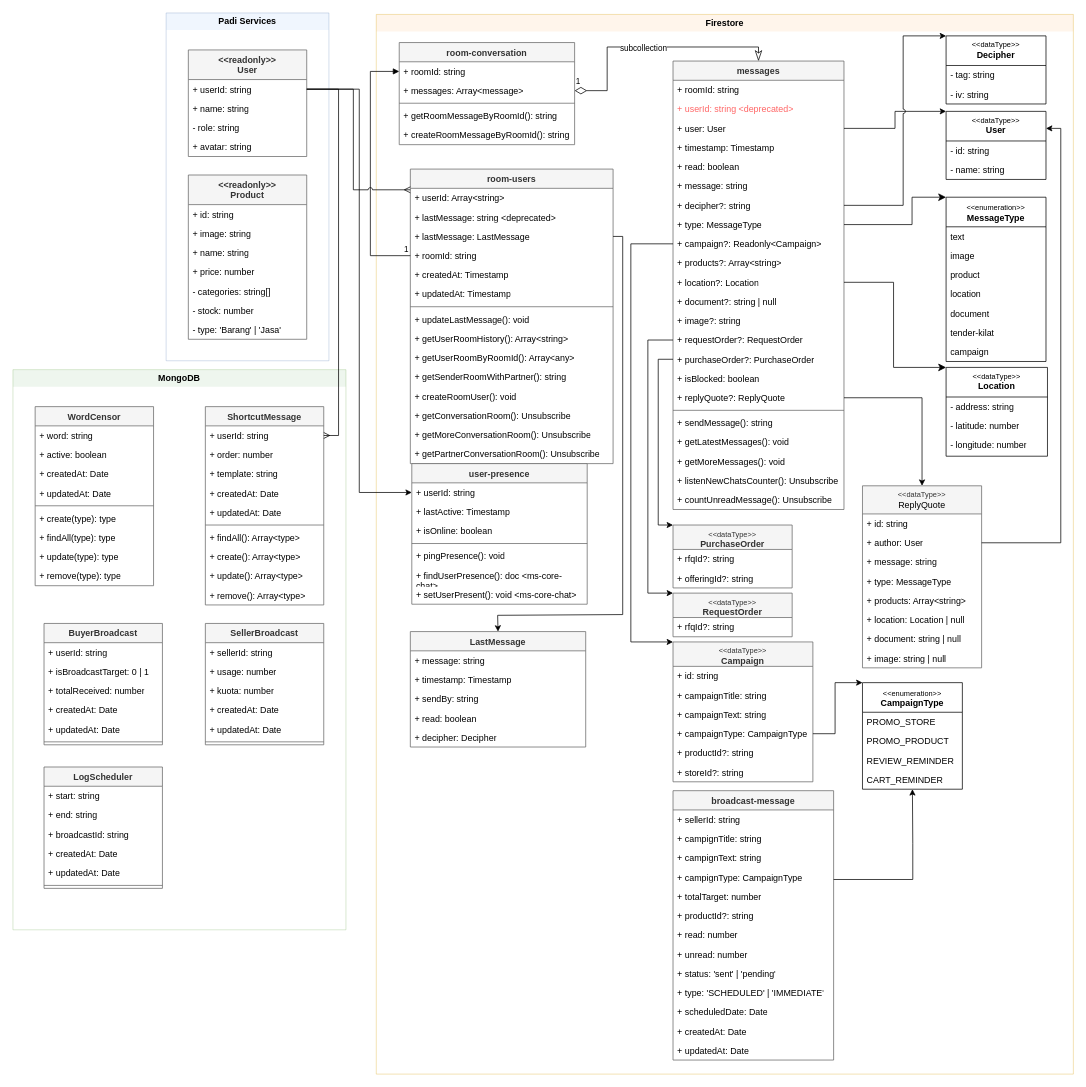
The draw.io diagram page "Class Diagram" (3 of 8) of System Design Padi Chat.drawio in yogiprsetya/app.diagrams.net, before the edit. Source tidied: cells renumbered, new cells numbered last; positions are measured from the earlier drawing's top-left corner, leaving out a move shared by most shapes. Both pictures are drawn from the tidied source at 74%, with x=0, y=0 at pixel (13, 13).
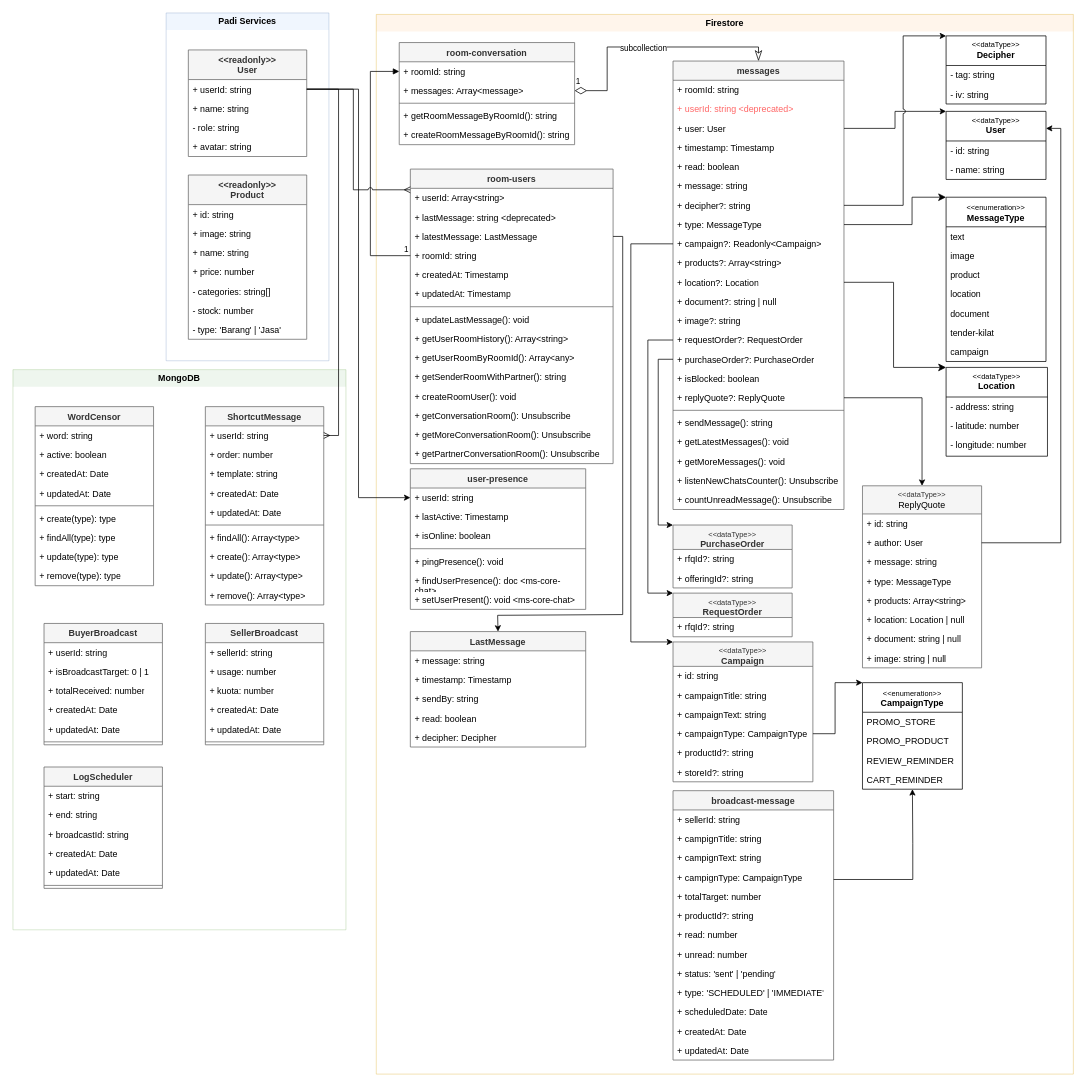
After the change.

The change refers to these unchanged cells:
```xml
<mxCell id="2" value="Firestore" style="swimlane;whiteSpace=wrap;html=1;fillColor=#ffe6cc;strokeColor=#d79b00;swimlaneLine=0;opacity=40;" parent="1" vertex="1">
  <mxGeometry x="491" y="2" width="942" height="1432" as="geometry" />
</mxCell>
<mxCell id="15" value="room-users" style="swimlane;fontStyle=1;align=center;verticalAlign=top;horizontal=1;startSize=26;whiteSpace=wrap;html=1;fillColor=#f5f5f5;fontColor=#333333;strokeColor=#666666;" parent="2" vertex="1">
  <mxGeometry x="46" y="209" width="274" height="398" as="geometry" />
</mxCell>
```

Change to the diagram source:
```diff
@@
-    <mxCell id="18" value="+ &lt;span class=&quot;database-key&quot;&gt;lastMessage&lt;/span&gt;:&amp;nbsp;&lt;span class=&quot;database-key&quot;&gt;LastMessage&lt;/span&gt;" style="text;strokeColor=none;fillColor=none;align=left;verticalAlign=top;spacingLeft=4;spacingRight=4;overflow=hidden;points=[[0,0.5],[1,0.5]];portConstraint=eastwest;whiteSpace=wrap;html=1;" parent="15" vertex="1">
+    <mxCell id="18" value="+ &lt;span class=&quot;database-key&quot;&gt;latestMessage&lt;/span&gt;:&amp;nbsp;&lt;span class=&quot;database-key&quot;&gt;LastMessage&lt;/span&gt;" style="text;strokeColor=none;fillColor=none;align=left;verticalAlign=top;spacingLeft=4;spacingRight=4;overflow=hidden;points=[[0,0.5],[1,0.5]];portConstraint=eastwest;whiteSpace=wrap;html=1;" parent="15" vertex="1">
       <mxGeometry y="78" width="274" height="26" as="geometry" />
     </mxCell>
@@
     <mxCell id="72" value="user-presence" style="swimlane;fontStyle=1;align=center;verticalAlign=top;horizontal=1;startSize=26;whiteSpace=wrap;html=1;fillColor=#f5f5f5;fontColor=#333333;strokeColor=#666666;" parent="2" vertex="1">
-      <mxGeometry x="48" y="607" width="237" height="190" as="geometry" />
+      <mxGeometry x="46" y="614" width="237" height="190" as="geometry" />
     </mxCell>
```
